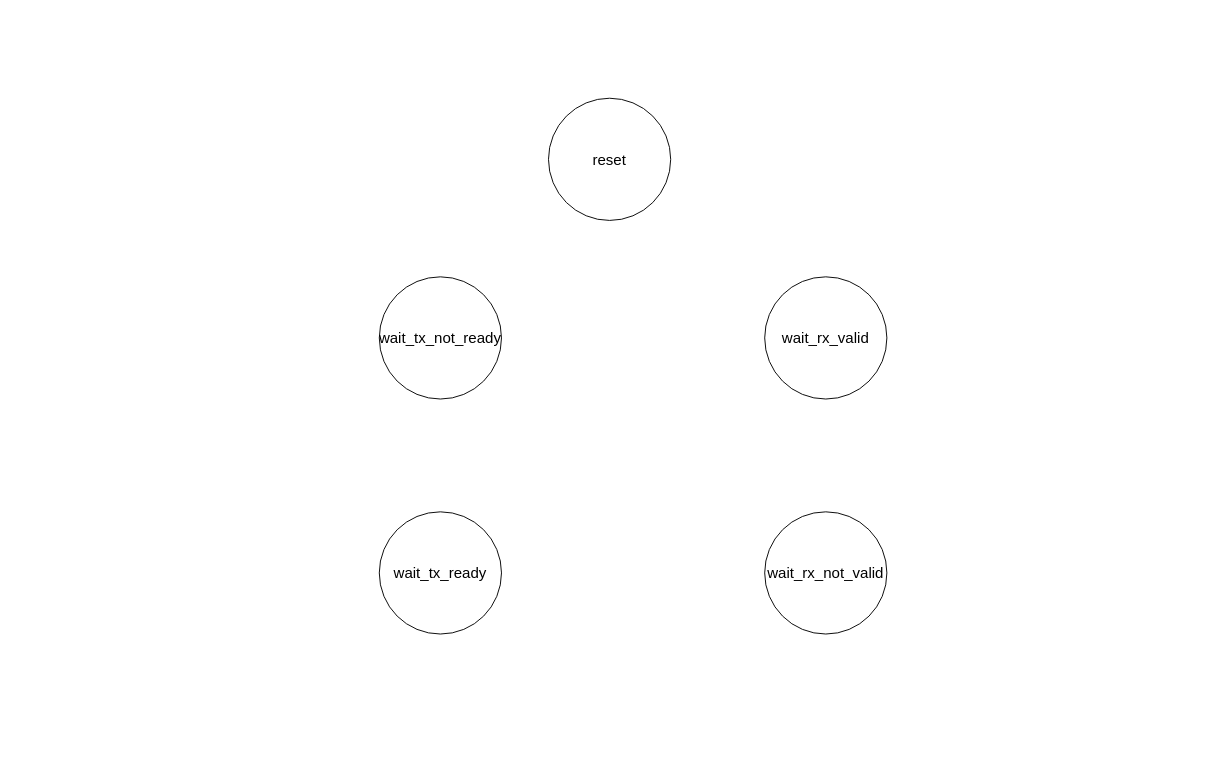
Above: images/digrams.drawio in 1102131860/atm_sv (draw.io), before the change. Source tidied: cells renumbered, new cells numbered last; positions are measured from the earlier drawing's top-left corner, leaving out a move shared by most shapes. Both pictures are drawn from the tidied source at 94%, with x=0, y=0 at pixel (379, 98).
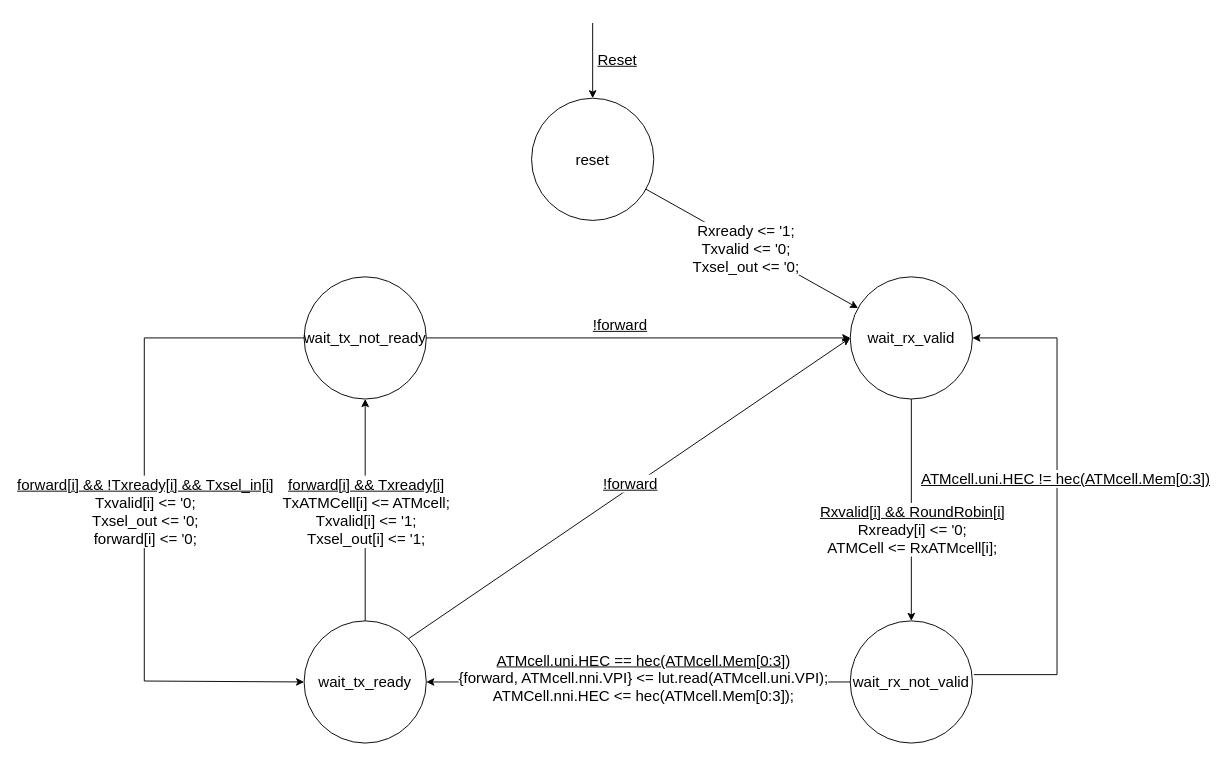
Above is the later version.

What changed in the source:
```diff
@@
     <mxCell id="2" value="wait_rx_not_valid" style="ellipse;whiteSpace=wrap;html=1;fontSize=16;" parent="1" vertex="1">
-      <mxGeometry x="410" y="440" width="130" height="130" as="geometry" />
+      <mxGeometry x="501" y="556" width="130" height="130" as="geometry" />
     </mxCell>
     <mxCell id="3" value="wait_rx_valid" style="ellipse;whiteSpace=wrap;html=1;fontSize=16;" parent="1" vertex="1">
-      <mxGeometry x="410" y="190" width="130" height="130" as="geometry" />
+      <mxGeometry x="501" y="190" width="130" height="130" as="geometry" />
     </mxCell>
     <mxCell id="4" value="reset" style="ellipse;whiteSpace=wrap;html=1;fontSize=16;" parent="1" vertex="1">
-      <mxGeometry x="180" width="130" height="130" as="geometry" />
+      <mxGeometry x="162" width="130" height="130" as="geometry" />
     </mxCell>
     <mxCell id="5" value="wait_tx_ready" style="ellipse;whiteSpace=wrap;html=1;fontSize=16;" parent="1" vertex="1">
-      <mxGeometry y="440" width="130" height="130" as="geometry" />
+      <mxGeometry x="-80" y="556" width="130" height="130" as="geometry" />
     </mxCell>
     <mxCell id="6" value="wait_tx_not_ready" style="ellipse;whiteSpace=wrap;html=1;fontSize=16;" parent="1" vertex="1">
-      <mxGeometry y="190" width="130" height="130" as="geometry" />
+      <mxGeometry x="-80" y="190" width="130" height="130" as="geometry" />
     </mxCell>
+    <mxCell id="7" style="endArrow=classic;html=1;rounded=0;" parent="1" edge="1" source="4" target="3">
+      <mxGeometry relative="1" as="geometry" />
+    </mxCell>
+    <mxCell id="8" value="&lt;font style=&quot;font-size: 16px;&quot;&gt;Rxready &amp;lt;= '1;&lt;/font&gt;&lt;div&gt;&lt;font style=&quot;font-size: 16px;&quot;&gt;Txvalid &amp;lt;= '0;&lt;/font&gt;&lt;/div&gt;&lt;div&gt;&lt;font style=&quot;font-size: 16px;&quot;&gt;Txsel_out &amp;lt;= '0;&lt;/font&gt;&lt;/div&gt;" style="edgeLabel;html=1;align=center;verticalAlign=middle;" parent="7" vertex="1">
+      <mxGeometry x="-0.05" y="-3" relative="1" as="geometry" />
+    </mxCell>
+    <mxCell id="9" style="endArrow=classic;html=1;rounded=0;entryX=0.5;entryY=0;entryDx=0;entryDy=0;" parent="1" edge="1" target="4">
+      <mxGeometry relative="1" as="geometry">
+        <mxPoint x="227" y="-80" as="sourcePoint" />
+      </mxGeometry>
+    </mxCell>
+    <mxCell id="10" value="&lt;font style=&quot;font-size: 16px;&quot;&gt;&lt;u&gt;Reset&lt;/u&gt;&lt;/font&gt;" style="edgeLabel;html=1;align=center;verticalAlign=middle;" parent="9" vertex="1">
+      <mxGeometry x="-0.04" relative="1" as="geometry">
+        <mxPoint x="25" as="offset" />
+      </mxGeometry>
+    </mxCell>
+    <mxCell id="11" style="endArrow=classic;html=1;rounded=0;exitX=0.5;exitY=1;exitDx=0;exitDy=0;entryX=0.5;entryY=0;entryDx=0;entryDy=0;" parent="1" edge="1" source="3" target="2">
+      <mxGeometry relative="1" as="geometry" />
+    </mxCell>
+    <mxCell id="12" value="&lt;font style=&quot;font-size: 16px;&quot;&gt;&lt;u&gt;Rxvalid[i] &amp;amp;&amp;amp; RoundRobin[i]&lt;/u&gt;&lt;/font&gt;&lt;div&gt;&lt;font style=&quot;font-size: 16px;&quot;&gt;Rxready[i] &amp;lt;= '0;&lt;/font&gt;&lt;/div&gt;&lt;div&gt;&lt;font style=&quot;font-size: 16px;&quot;&gt;ATMCell &amp;lt;= RxATMcell[i];&lt;/font&gt;&lt;/div&gt;" style="edgeLabel;html=1;align=center;verticalAlign=middle;" parent="11" vertex="1">
+      <mxGeometry x="-0.01" y="-1" relative="1" as="geometry">
+        <mxPoint x="1" y="21" as="offset" />
+      </mxGeometry>
+    </mxCell>
+    <mxCell id="13" style="endArrow=classic;html=1;rounded=0;exitX=0;exitY=0.5;exitDx=0;exitDy=0;entryX=1;entryY=0.5;entryDx=0;entryDy=0;" parent="1" edge="1" source="2" target="5">
+      <mxGeometry relative="1" as="geometry" />
+    </mxCell>
+    <mxCell id="14" value="&lt;u&gt;ATMcell.uni.HEC == hec(ATMcell.Mem[0:3])&lt;/u&gt;&lt;br&gt;{forward, ATMcell.nni.VPI} &amp;lt;= lut.read(ATMcell.uni.VPI);&lt;br&gt;&lt;div&gt;ATMCell.nni.HEC &amp;lt;= hec(ATMcell.Mem[0:3]);&lt;/div&gt;" style="edgeLabel;html=1;align=center;verticalAlign=middle;fontSize=16;" parent="13" vertex="1">
+      <mxGeometry x="0.17" y="-1" relative="1" as="geometry">
+        <mxPoint x="43" y="-4" as="offset" />
+      </mxGeometry>
+    </mxCell>
+    <mxCell id="15" style="endArrow=classic;html=1;rounded=0;entryX=1;entryY=0.5;entryDx=0;entryDy=0;exitX=1.012;exitY=0.44;exitDx=0;exitDy=0;exitPerimeter=0;edgeStyle=elbowEdgeStyle;" parent="1" edge="1" source="2" target="3">
+      <mxGeometry relative="1" as="geometry">
+        <Array as="points">
+          <mxPoint x="721" y="380" />
+        </Array>
+      </mxGeometry>
+    </mxCell>
+    <mxCell id="16" value="&lt;font style=&quot;font-size: 16px;&quot;&gt;&lt;u&gt;ATMcell.uni.HEC != hec(ATMcell.Mem[0:3])&lt;/u&gt;&lt;br&gt;&lt;/font&gt;" style="edgeLabel;html=1;align=center;verticalAlign=middle;" parent="15" vertex="1">
+      <mxGeometry x="0.05" relative="1" as="geometry">
+        <mxPoint x="8" y="-15" as="offset" />
+      </mxGeometry>
+    </mxCell>
+    <mxCell id="17" style="endArrow=classic;html=1;rounded=0;entryX=0;entryY=0.5;entryDx=0;entryDy=0;exitX=1;exitY=0;exitDx=0;exitDy=0;" parent="1" edge="1" source="5" target="3">
+      <mxGeometry relative="1" as="geometry" />
+    </mxCell>
+    <mxCell id="18" value="&lt;font style=&quot;font-size: 16px;&quot;&gt;&lt;u&gt;!forward&lt;/u&gt;&lt;/font&gt;" style="edgeLabel;html=1;align=center;verticalAlign=middle;" parent="17" vertex="1">
+      <mxGeometry x="-0.02" relative="1" as="geometry">
+        <mxPoint x="5" y="-9" as="offset" />
+      </mxGeometry>
+    </mxCell>
+    <mxCell id="19" style="endArrow=classic;html=1;rounded=0;exitX=0.5;exitY=0;exitDx=0;exitDy=0;entryX=0.5;entryY=1;entryDx=0;entryDy=0;" parent="1" edge="1" source="5" target="6">
+      <mxGeometry relative="1" as="geometry" />
+    </mxCell>
+    <mxCell id="20" value="&lt;font style=&quot;font-size: 16px;&quot;&gt;&lt;u&gt;forward[i] &amp;amp;&amp;amp; Txready[i]&lt;/u&gt;&lt;br&gt;&lt;/font&gt;&lt;div&gt;&lt;span style=&quot;font-size: 16px;&quot;&gt;TxATMCell[i] &amp;lt;= ATMcell;&lt;/span&gt;&lt;/div&gt;&lt;div&gt;&lt;font style=&quot;font-size: 16px;&quot;&gt;Txvalid[i] &amp;lt;= '1;&lt;/font&gt;&lt;/div&gt;&lt;div&gt;&lt;font style=&quot;font-size: 16px;&quot;&gt;Txsel_out[i] &amp;lt;= '1;&lt;/font&gt;&lt;/div&gt;" style="edgeLabel;html=1;align=center;verticalAlign=middle;" parent="19" vertex="1">
+      <mxGeometry x="0.08" y="-1" relative="1" as="geometry">
+        <mxPoint x="-1" y="10" as="offset" />
+      </mxGeometry>
+    </mxCell>
+    <mxCell id="21" style="endArrow=classic;html=1;rounded=0;exitX=0;exitY=0.5;exitDx=0;exitDy=0;entryX=0;entryY=0.5;entryDx=0;entryDy=0;edgeStyle=orthogonalEdgeStyle;" parent="1" edge="1" source="6" target="5">
+      <mxGeometry relative="1" as="geometry">
+        <Array as="points">
+          <mxPoint x="-250" y="255" />
+          <mxPoint x="-250" y="620" />
+          <mxPoint x="-80" y="620" />
+        </Array>
+      </mxGeometry>
+    </mxCell>
+    <mxCell id="22" value="&lt;span style=&quot;font-size: 16px;&quot;&gt;&lt;u&gt;forward[i] &amp;amp;&amp;amp; !Txready[i] &amp;amp;&amp;amp; Txsel_in[i]&lt;/u&gt;&lt;br&gt;Txvalid[i] &amp;lt;= '0;&lt;/span&gt;&lt;div&gt;&lt;span style=&quot;font-size: 16px;&quot;&gt;Txsel_out &amp;lt;= '0;&lt;/span&gt;&lt;/div&gt;&lt;div&gt;&lt;span style=&quot;font-size: 16px;&quot;&gt;forward[i] &amp;lt;= '0;&lt;/span&gt;&lt;span style=&quot;font-size: 16px;&quot;&gt;&lt;/span&gt;&lt;/div&gt;" style="edgeLabel;html=1;align=center;verticalAlign=middle;" parent="21" vertex="1">
+      <mxGeometry x="-0.05" y="-2" relative="1" as="geometry">
+        <mxPoint x="2" y="19" as="offset" />
+      </mxGeometry>
+    </mxCell>
+    <mxCell id="23" style="endArrow=classic;html=1;rounded=0;exitX=1;exitY=0.5;exitDx=0;exitDy=0;entryX=0;entryY=0.5;entryDx=0;entryDy=0;" parent="1" edge="1" source="6" target="3">
+      <mxGeometry relative="1" as="geometry" />
+    </mxCell>
+    <mxCell id="24" value="&lt;font style=&quot;font-size: 16px;&quot;&gt;&lt;u&gt;!forward&lt;/u&gt;&lt;/font&gt;" style="edgeLabel;html=1;align=center;verticalAlign=middle;" parent="23" vertex="1">
+      <mxGeometry x="-0.08" y="2" relative="1" as="geometry">
+        <mxPoint x="-2" y="-13" as="offset" />
+      </mxGeometry>
+    </mxCell>
```
